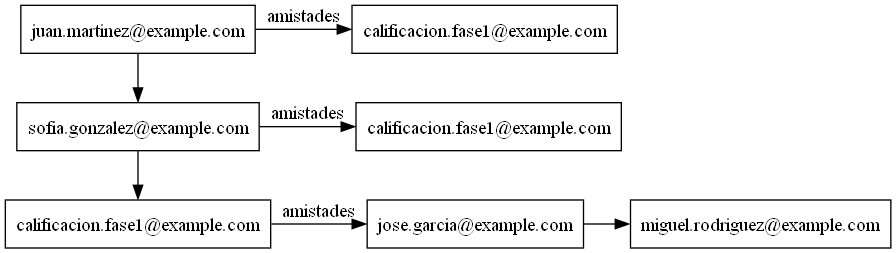
Above: Proyecto_Fase3/Fase3/reportes/adjacency_list_boxes.png in MReyes09/-EDD-Proyectos_202202233 (Graphviz), before the change. Its source is kept beside it as Proyecto_Fase3/Fase3/reportes/adjacency_list_boxes.dot.
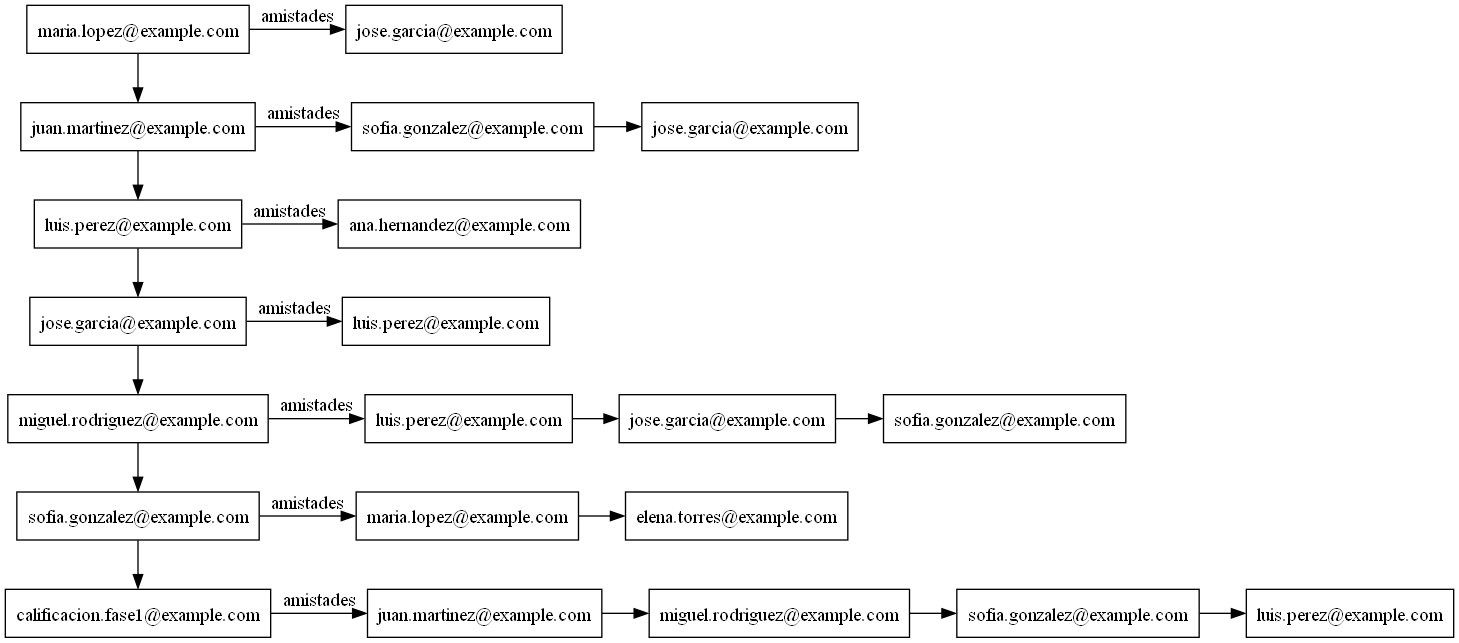
The same diagram one commit later.

The edit, as a diff of the source:
```diff
@@ -1,25 +1,65 @@
 digraph G {
 	node [shape=box];
-	0 [label="juan.martinez@example.com"];
+	0 [label="maria.lopez@example.com"];
 	{
 		rank = same;
-		1 [label="calificacion.fase1@example.com"];
+		1 [label="jose.garcia@example.com"];
 		0 -> 1 [label="amistades"];
 	}
 		0 -> 2;
-	2 [label="sofia.gonzalez@example.com"];
+	2 [label="juan.martinez@example.com"];
 	{
 		rank = same;
-		3 [label="calificacion.fase1@example.com"];
+		3 [label="sofia.gonzalez@example.com"];
 		2 -> 3 [label="amistades"];
+		4 [label="jose.garcia@example.com"];
+		3 -> 4;
 	}
-		2 -> 4;
-	4 [label="calificacion.fase1@example.com"];
+		2 -> 5;
+	5 [label="luis.perez@example.com"];
 	{
 		rank = same;
-		5 [label="jose.garcia@example.com"];
-		4 -> 5 [label="amistades"];
-		6 [label="miguel.rodriguez@example.com"];
-		5 -> 6;
+		6 [label="ana.hernandez@example.com"];
+		5 -> 6 [label="amistades"];
+	}
+		5 -> 7;
+	7 [label="jose.garcia@example.com"];
+	{
+		rank = same;
+		8 [label="luis.perez@example.com"];
+		7 -> 8 [label="amistades"];
+	}
+		7 -> 9;
+	9 [label="miguel.rodriguez@example.com"];
+	{
+		rank = same;
+		10 [label="luis.perez@example.com"];
+		9 -> 10 [label="amistades"];
+		11 [label="jose.garcia@example.com"];
+		10 -> 11;
+		12 [label="sofia.gonzalez@example.com"];
+		11 -> 12;
+	}
+		9 -> 13;
+	13 [label="sofia.gonzalez@example.com"];
+	{
+		rank = same;
+		14 [label="maria.lopez@example.com"];
+		13 -> 14 [label="amistades"];
+		15 [label="elena.torres@example.com"];
+		14 -> 15;
+	}
+		13 -> 16;
+	16 [label="calificacion.fase1@example.com"];
+	{
+		rank = same;
+		17 [label="juan.martinez@example.com"];
+		16 -> 17 [label="amistades"];
+		18 [label="miguel.rodriguez@example.com"];
+		17 -> 18;
+		19 [label="sofia.gonzalez@example.com"];
+		18 -> 19;
+		20 [label="luis.perez@example.com"];
+		19 -> 20;
 	}
 }
```
